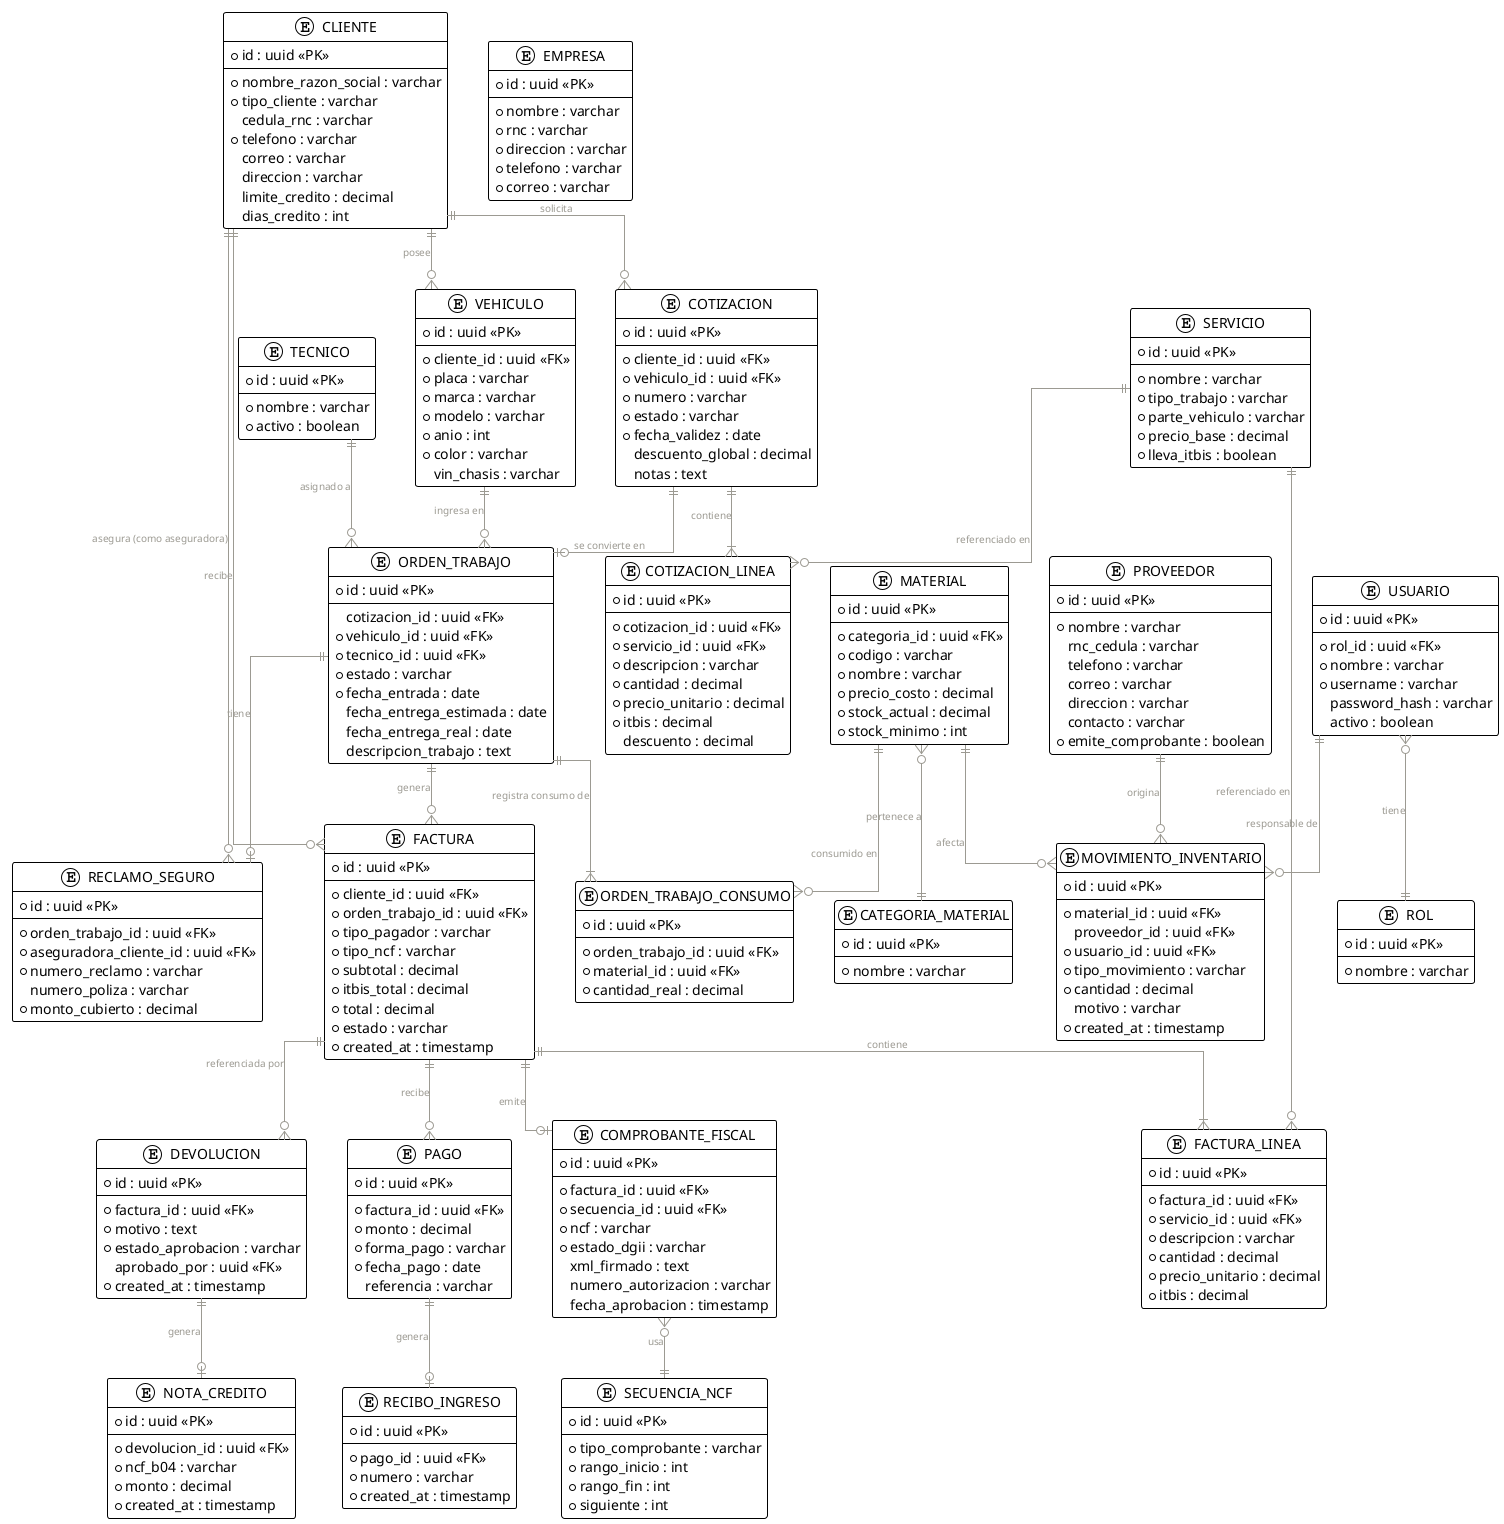
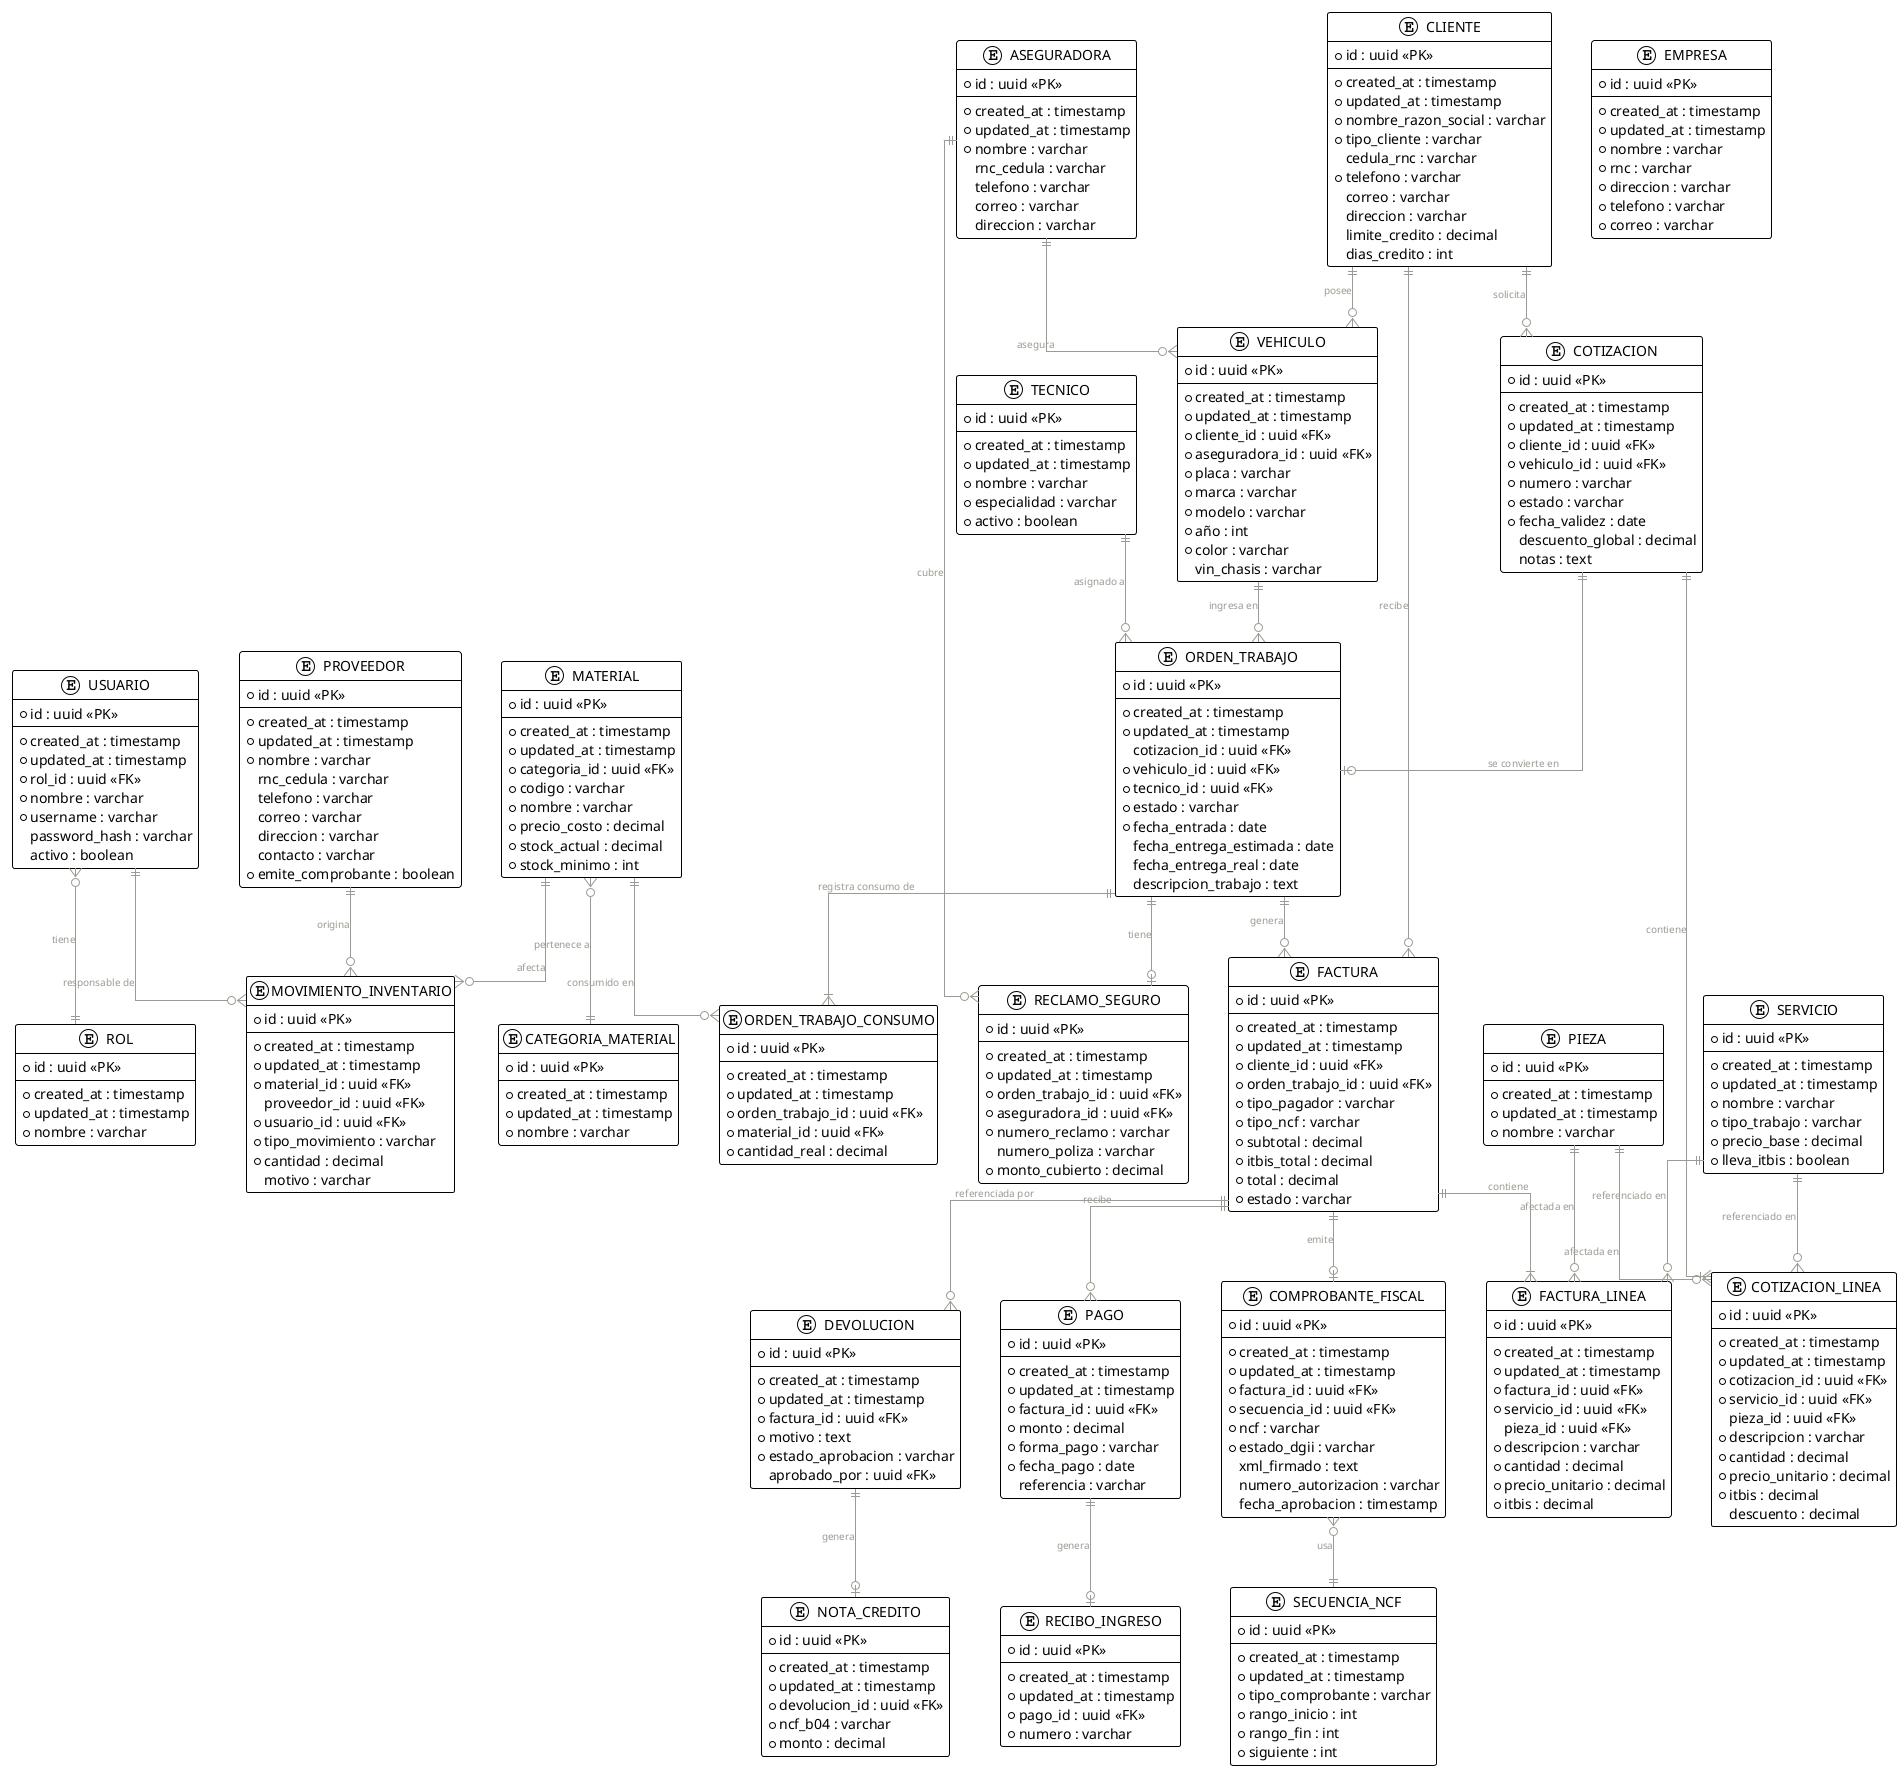
@startuml erd_taller_automotriz_v4
!theme plain
skinparam backgroundColor transparent
skinparam linetype ortho
skinparam ranksep 60
skinparam nodesep 40

skinparam entity {
  BackgroundColor #2C2C2A
  BorderColor #888780
  FontColor #E8E6DD
  FontName Arial
  FontSize 12
  AttributeFontColor #E8E6DD
  AttributeFontSize 11
  AttributeFontName Arial
}

skinparam arrow {
  Color #9c9a92
  FontColor #9c9a92
  FontSize 10
  FontName Arial
}

' ─────────────────────────────────────────
' ENTIDADES
' ─────────────────────────────────────────

entity CLIENTE {
  * id : uuid <<PK>>
  --
+   * created_at : timestamp
+   * updated_at : timestamp
  * nombre_razon_social : varchar
  * tipo_cliente : varchar
  cedula_rnc : varchar
  * telefono : varchar
  correo : varchar
  direccion : varchar
  limite_credito : decimal
  dias_credito : int
}

entity VEHICULO {
  * id : uuid <<PK>>
  --
+   * created_at : timestamp
+   * updated_at : timestamp
  * cliente_id : uuid <<FK>>
+   * aseguradora_id : uuid <<FK>>
  * placa : varchar
  * marca : varchar
  * modelo : varchar
-   * anio : int
+   * año : int
  * color : varchar
  vin_chasis : varchar
}

+ entity ASEGURADORA {
+   * id : uuid <<PK>>
+   --
+   * created_at : timestamp
+   * updated_at : timestamp
+   * nombre : varchar
+   rnc_cedula : varchar
+   telefono : varchar
+   correo : varchar
+   direccion : varchar
+ }
+ 
entity TECNICO {
  * id : uuid <<PK>>
  --
-   * nombre : varchar
+   * created_at : timestamp
+   * updated_at : timestamp
+   * nombre : varchar
+   * especialidad : varchar
  * activo : boolean
}

' ── Servicios e Inventario ───────────────

entity SERVICIO {
  * id : uuid <<PK>>
  --
+   * created_at : timestamp
+   * updated_at : timestamp
  * nombre : varchar
  * tipo_trabajo : varchar
-   * parte_vehiculo : varchar
  * precio_base : decimal
  * lleva_itbis : boolean
}

+ entity PIEZA {
+   * id : uuid <<PK>>
+   --
+   * created_at : timestamp
+   * updated_at : timestamp
+   * nombre : varchar
+ }
+ 
entity MATERIAL {
  * id : uuid <<PK>>
  --
+   * created_at : timestamp
+   * updated_at : timestamp
  * categoria_id : uuid <<FK>>
  * codigo : varchar
  * nombre : varchar
  * precio_costo : decimal
  * stock_actual : decimal
  * stock_minimo : int
}

entity CATEGORIA_MATERIAL {
  * id : uuid <<PK>>
  --
+   * created_at : timestamp
+   * updated_at : timestamp
  * nombre : varchar
}

entity PROVEEDOR {
  * id : uuid <<PK>>
  --
+   * created_at : timestamp
+   * updated_at : timestamp
  * nombre : varchar
  rnc_cedula : varchar
  telefono : varchar
  correo : varchar
  direccion : varchar
  contacto : varchar
  * emite_comprobante : boolean
}

entity MOVIMIENTO_INVENTARIO {
  * id : uuid <<PK>>
  --
+   * created_at : timestamp
+   * updated_at : timestamp
  * material_id : uuid <<FK>>
  proveedor_id : uuid <<FK>>
  * usuario_id : uuid <<FK>>
  * tipo_movimiento : varchar
  * cantidad : decimal
  motivo : varchar
-   * created_at : timestamp
}

' ── Cotizaciones ─────────────────────────

entity COTIZACION {
  * id : uuid <<PK>>
  --
+   * created_at : timestamp
+   * updated_at : timestamp
  * cliente_id : uuid <<FK>>
  * vehiculo_id : uuid <<FK>>
  * numero : varchar
  * estado : varchar
  * fecha_validez : date
  descuento_global : decimal
  notas : text
}

entity COTIZACION_LINEA {
  * id : uuid <<PK>>
  --
+   * created_at : timestamp
+   * updated_at : timestamp
  * cotizacion_id : uuid <<FK>>
  * servicio_id : uuid <<FK>>
+   pieza_id : uuid <<FK>>
  * descripcion : varchar
  * cantidad : decimal
  * precio_unitario : decimal
  * itbis : decimal
  descuento : decimal
}

' ── Órdenes de Trabajo ───────────────────

entity ORDEN_TRABAJO {
  * id : uuid <<PK>>
  --
+   * created_at : timestamp
+   * updated_at : timestamp
  cotizacion_id : uuid <<FK>>
  * vehiculo_id : uuid <<FK>>
  * tecnico_id : uuid <<FK>>
  * estado : varchar
  * fecha_entrada : date
  fecha_entrega_estimada : date
  fecha_entrega_real : date
  descripcion_trabajo : text
}

entity ORDEN_TRABAJO_CONSUMO {
  * id : uuid <<PK>>
  --
+   * created_at : timestamp
+   * updated_at : timestamp
  * orden_trabajo_id : uuid <<FK>>
  * material_id : uuid <<FK>>
  * cantidad_real : decimal
}

' ── Seguros ──────────────────────────────

entity RECLAMO_SEGURO {
  * id : uuid <<PK>>
  --
+   * created_at : timestamp
+   * updated_at : timestamp
  * orden_trabajo_id : uuid <<FK>>
-   * aseguradora_cliente_id : uuid <<FK>>
+   * aseguradora_id : uuid <<FK>>
  * numero_reclamo : varchar
  numero_poliza : varchar
  * monto_cubierto : decimal
}

' ── Facturación ──────────────────────────

entity FACTURA {
  * id : uuid <<PK>>
  --
+   * created_at : timestamp
+   * updated_at : timestamp
  * cliente_id : uuid <<FK>>
  * orden_trabajo_id : uuid <<FK>>
  * tipo_pagador : varchar
  * tipo_ncf : varchar
  * subtotal : decimal
  * itbis_total : decimal
  * total : decimal
  * estado : varchar
-   * created_at : timestamp
}

entity FACTURA_LINEA {
  * id : uuid <<PK>>
  --
+   * created_at : timestamp
+   * updated_at : timestamp
  * factura_id : uuid <<FK>>
  * servicio_id : uuid <<FK>>
+   pieza_id : uuid <<FK>>
  * descripcion : varchar
  * cantidad : decimal
  * precio_unitario : decimal
  * itbis : decimal
}

' ── e-NCF ────────────────────────────────

entity COMPROBANTE_FISCAL {
  * id : uuid <<PK>>
  --
+   * created_at : timestamp
+   * updated_at : timestamp
  * factura_id : uuid <<FK>>
  * secuencia_id : uuid <<FK>>
  * ncf : varchar
  * estado_dgii : varchar
  xml_firmado : text
  numero_autorizacion : varchar
  fecha_aprobacion : timestamp
}

entity SECUENCIA_NCF {
  * id : uuid <<PK>>
  --
+   * created_at : timestamp
+   * updated_at : timestamp
  * tipo_comprobante : varchar
  * rango_inicio : int
  * rango_fin : int
  * siguiente : int
}

' ── Devoluciones ─────────────────────────

entity DEVOLUCION {
  * id : uuid <<PK>>
  --
+   * created_at : timestamp
+   * updated_at : timestamp
  * factura_id : uuid <<FK>>
  * motivo : text
  * estado_aprobacion : varchar
  aprobado_por : uuid <<FK>>
-   * created_at : timestamp
}

entity NOTA_CREDITO {
  * id : uuid <<PK>>
  --
+   * created_at : timestamp
+   * updated_at : timestamp
  * devolucion_id : uuid <<FK>>
  * ncf_b04 : varchar
  * monto : decimal
-   * created_at : timestamp
}

' ── Cobros ───────────────────────────────

entity PAGO {
  * id : uuid <<PK>>
  --
+   * created_at : timestamp
+   * updated_at : timestamp
  * factura_id : uuid <<FK>>
  * monto : decimal
  * forma_pago : varchar
  * fecha_pago : date
  referencia : varchar
}

entity RECIBO_INGRESO {
  * id : uuid <<PK>>
  --
+   * created_at : timestamp
+   * updated_at : timestamp
  * pago_id : uuid <<FK>>
  * numero : varchar
-   * created_at : timestamp
}

' ── Auth ─────────────────────────────────

entity USUARIO {
  * id : uuid <<PK>>
  --
+   * created_at : timestamp
+   * updated_at : timestamp
  * rol_id : uuid <<FK>>
  * nombre : varchar
  * username : varchar
  password_hash : varchar
  activo : boolean
}

entity ROL {
  * id : uuid <<PK>>
  --
+   * created_at : timestamp
+   * updated_at : timestamp
  * nombre : varchar
}

' ── Empresa (configuracion, fila unica) ──

entity EMPRESA {
  * id : uuid <<PK>>
  --
+   * created_at : timestamp
+   * updated_at : timestamp
  * nombre : varchar
  * rnc : varchar
  * direccion : varchar
  * telefono : varchar
  * correo : varchar
}

' ─────────────────────────────────────────
' RELACIONES
' ─────────────────────────────────────────

CLIENTE                ||--o{ VEHICULO               : "posee"
CLIENTE                ||--o{ COTIZACION             : "solicita"
CLIENTE                ||--o{ FACTURA                : "recibe"
- CLIENTE                ||--o{ RECLAMO_SEGURO         : "asegura (como aseguradora)"
+ 
+ ASEGURADORA            ||--o{ VEHICULO               : "asegura"
+ ASEGURADORA            ||--o{ RECLAMO_SEGURO         : "cubre"

VEHICULO               ||--o{ ORDEN_TRABAJO          : "ingresa en"

TECNICO                ||--o{ ORDEN_TRABAJO          : "asignado a"

COTIZACION             ||--|{ COTIZACION_LINEA       : "contiene"
COTIZACION             ||--o| ORDEN_TRABAJO          : "se convierte en"

SERVICIO               ||--o{ COTIZACION_LINEA       : "referenciado en"
SERVICIO               ||--o{ FACTURA_LINEA          : "referenciado en"
+ 
+ PIEZA                  ||--o{ COTIZACION_LINEA       : "afectada en"
+ PIEZA                  ||--o{ FACTURA_LINEA          : "afectada en"

ORDEN_TRABAJO          ||--|{ ORDEN_TRABAJO_CONSUMO  : "registra consumo de"
ORDEN_TRABAJO          ||--o{ FACTURA                : "genera"
ORDEN_TRABAJO          ||--o| RECLAMO_SEGURO         : "tiene"

MATERIAL               ||--o{ ORDEN_TRABAJO_CONSUMO  : "consumido en"
MATERIAL               ||--o{ MOVIMIENTO_INVENTARIO  : "afecta"
MATERIAL               }o--|| CATEGORIA_MATERIAL     : "pertenece a"

PROVEEDOR              ||--o{ MOVIMIENTO_INVENTARIO  : "origina"
USUARIO                ||--o{ MOVIMIENTO_INVENTARIO  : "responsable de"

FACTURA                ||--|{ FACTURA_LINEA          : "contiene"
FACTURA                ||--o| COMPROBANTE_FISCAL     : "emite"
FACTURA                ||--o{ PAGO                   : "recibe"
FACTURA                ||--o{ DEVOLUCION             : "referenciada por"

COMPROBANTE_FISCAL     }o--|| SECUENCIA_NCF          : "usa"

DEVOLUCION             ||--o| NOTA_CREDITO           : "genera"

PAGO                   ||--o| RECIBO_INGRESO         : "genera"

USUARIO                }o--|| ROL                    : "tiene"

@enduml
